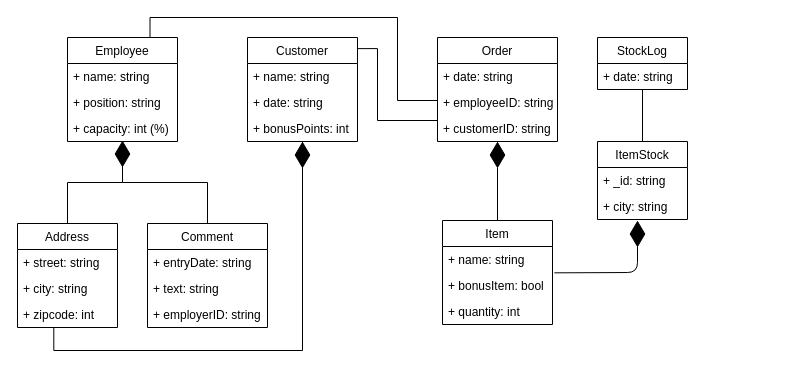
Before: NoSQL_UML_Diagram.drawio in capperstrnd/DA352A_Project, a draw.io diagram. Source tidied: cells renumbered, new cells numbered last; positions are measured from the earlier drawing's top-left corner, leaving out a move shared by most shapes. Both pictures are drawn from the tidied source at 100%, with x=0, y=0 at pixel (17, 17).
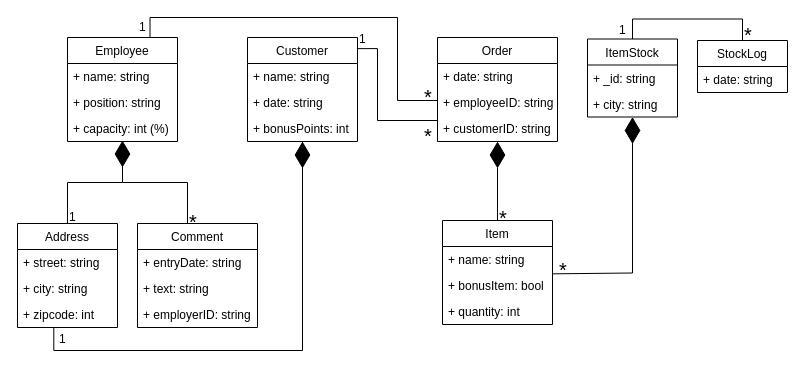
The same page after the edit.

Unchanged cells that the change refers to:
```xml
<mxCell id="4" value="Employee" style="swimlane;fontStyle=0;horizontal=1;startSize=26;fillColor=none;" parent="1" vertex="1">
  <mxGeometry x="50" y="20" width="110" height="104" as="geometry" />
</mxCell>
<mxCell id="15" value="Order" style="swimlane;fontStyle=0;horizontal=1;startSize=26;fillColor=none;" parent="1" vertex="1">
  <mxGeometry x="420" y="20" width="120" height="104" as="geometry" />
</mxCell>
<mxCell id="21" value="+ bonusItem: bool" style="text;strokeColor=none;fillColor=none;align=left;verticalAlign=top;spacingLeft=4;spacingRight=4;overflow=hidden;points=[[0,0.5],[1,0.5]];portConstraint=eastwest;" parent="19" vertex="1">
  <mxGeometry y="52" width="110" height="26" as="geometry" />
</mxCell>
```

What changed in the source:
```diff
@@
     <mxCell id="3" style="edgeStyle=orthogonalEdgeStyle;rounded=0;jumpStyle=none;jettySize=auto;html=1;entryX=0.5;entryY=0;entryDx=0;entryDy=0;endArrow=none;endFill=0;strokeColor=#000000;" parent="1" edge="1" source="4" target="23">
-      <mxGeometry relative="1" as="geometry" />
+      <mxGeometry relative="1" as="geometry">
+        <Array as="points">
+          <mxPoint x="105" y="165" />
+          <mxPoint x="170" y="165" />
+          <mxPoint x="170" y="206" />
+        </Array>
+      </mxGeometry>
     </mxCell>
@@
-    <mxCell id="14" style="edgeStyle=orthogonalEdgeStyle;rounded=0;jumpStyle=none;jettySize=auto;html=1;entryX=0.75;entryY=0;entryDx=0;entryDy=0;endArrow=none;endFill=0;strokeColor=#000000;" parent="1" edge="1" source="15" target="4">
+    <mxCell id="14" style="edgeStyle=orthogonalEdgeStyle;jumpStyle=none;jettySize=auto;html=1;entryX=0.75;entryY=0;entryDx=0;entryDy=0;endArrow=none;endFill=0;strokeColor=#000000;rounded=0;" parent="1" edge="1" source="15" target="4">
       <mxGeometry relative="1" as="geometry">
         <Array as="points">
           <mxPoint x="380" y="83" />
           <mxPoint x="380" />
           <mxPoint x="132" />
         </Array>
       </mxGeometry>
     </mxCell>
@@
     <mxCell id="23" value="Comment" style="swimlane;fontStyle=0;horizontal=1;startSize=26;fillColor=none;" parent="1" vertex="1">
-      <mxGeometry x="130" y="206" width="120" height="104" as="geometry" />
+      <mxGeometry x="120" y="206" width="120" height="104" as="geometry" />
     </mxCell>
@@
     <mxCell id="34" value="StockLog" style="swimlane;fontStyle=0;horizontal=1;startSize=26;fillColor=none;" parent="1" vertex="1">
-      <mxGeometry x="580" y="20" width="90" height="52" as="geometry" />
+      <mxGeometry x="680" y="23" width="90" height="52" as="geometry" />
     </mxCell>
@@
-    <mxCell id="36" style="edgeStyle=orthogonalEdgeStyle;rounded=0;jumpStyle=none;jettySize=auto;html=1;endArrow=none;endFill=0;strokeColor=#000000;" parent="1" edge="1" source="37" target="34">
-      <mxGeometry relative="1" as="geometry" />
+    <mxCell id="36" style="edgeStyle=orthogonalEdgeStyle;rounded=0;jumpStyle=none;jettySize=auto;html=1;endArrow=none;endFill=0;strokeColor=#000000;entryX=0.5;entryY=0;entryDx=0;entryDy=0;" parent="1" edge="1" source="37" target="34">
+      <mxGeometry relative="1" as="geometry">
+        <Array as="points">
+          <mxPoint x="615" y="1.5" />
+          <mxPoint x="725" y="1.5" />
+        </Array>
+      </mxGeometry>
     </mxCell>
     <mxCell id="37" value="ItemStock" style="swimlane;fontStyle=0;horizontal=1;startSize=26;fillColor=none;" parent="1" vertex="1">
-      <mxGeometry x="580" y="124" width="90" height="78" as="geometry" />
+      <mxGeometry x="570" y="21.5" width="90" height="78" as="geometry" />
     </mxCell>
@@
-    <mxCell id="40" style="endArrow=diamondThin;endFill=1;endSize=24;html=1;strokeColor=#000000;exitX=1.017;exitY=0.013;exitDx=0;exitDy=0;exitPerimeter=0;" parent="1" edge="1" source="21">
+    <mxCell id="40" style="endArrow=diamondThin;endFill=1;endSize=24;html=1;strokeColor=#000000;entryX=0.5;entryY=1;entryDx=0;entryDy=0;rounded=0;exitX=0.997;exitY=0.051;exitDx=0;exitDy=0;exitPerimeter=0;" parent="1" edge="1" source="21" target="37">
       <mxGeometry relative="1" as="geometry">
-        <mxPoint x="620" y="203" as="targetPoint" />
         <Array as="points">
-          <mxPoint x="620" y="255" />
+          <mxPoint x="615" y="255.5" />
+          <mxPoint x="615" y="151.5" />
         </Array>
       </mxGeometry>
     </mxCell>
+    <mxCell id="41" value="&lt;div align=&quot;justify&quot;&gt;1&lt;/div&gt;" style="text;html=1;align=left;verticalAlign=top;spacingTop=-4;" parent="1" vertex="1">
+      <mxGeometry x="120" width="20" height="20" as="geometry" />
+    </mxCell>
+    <mxCell id="42" value="&lt;font style=&quot;font-size: 20px&quot;&gt;*&lt;/font&gt;" style="text;html=1;align=left;verticalAlign=top;spacingTop=-4;" parent="1" vertex="1">
+      <mxGeometry x="405" y="65" width="20" height="20" as="geometry" />
+    </mxCell>
+    <mxCell id="43" value="&lt;font style=&quot;font-size: 20px&quot;&gt;*&lt;/font&gt;" style="text;html=1;align=left;verticalAlign=top;spacingTop=-4;" parent="1" vertex="1">
+      <mxGeometry x="405" y="104" width="20" height="20" as="geometry" />
+    </mxCell>
+    <mxCell id="44" value="&lt;div align=&quot;justify&quot;&gt;1&lt;/div&gt;" style="text;html=1;align=left;verticalAlign=top;spacingTop=-4;" parent="1" vertex="1">
+      <mxGeometry x="340" y="11.5" width="20" height="20" as="geometry" />
+    </mxCell>
+    <mxCell id="45" value="&lt;font style=&quot;font-size: 20px&quot;&gt;*&lt;/font&gt;" style="text;html=1;align=left;verticalAlign=top;spacingTop=-4;" parent="1" vertex="1">
+      <mxGeometry x="480" y="186" width="20" height="20" as="geometry" />
+    </mxCell>
+    <mxCell id="46" value="&lt;font style=&quot;font-size: 20px&quot;&gt;*&lt;/font&gt;" style="text;html=1;align=left;verticalAlign=top;spacingTop=-4;" parent="1" vertex="1">
+      <mxGeometry x="170" y="189.5" width="20" height="20" as="geometry" />
+    </mxCell>
+    <mxCell id="47" value="&lt;div align=&quot;justify&quot;&gt;1&lt;/div&gt;" style="text;html=1;align=left;verticalAlign=top;spacingTop=-4;" parent="1" vertex="1">
+      <mxGeometry x="50" y="189.5" width="20" height="20" as="geometry" />
+    </mxCell>
+    <mxCell id="48" value="&lt;div align=&quot;justify&quot;&gt;1&lt;/div&gt;" style="text;html=1;align=left;verticalAlign=top;spacingTop=-4;" parent="1" vertex="1">
+      <mxGeometry x="40" y="311.5" width="20" height="20" as="geometry" />
+    </mxCell>
+    <mxCell id="49" value="&lt;font style=&quot;font-size: 20px&quot;&gt;*&lt;/font&gt;" style="text;html=1;align=left;verticalAlign=top;spacingTop=-4;" parent="1" vertex="1">
+      <mxGeometry x="540" y="238" width="20" height="20" as="geometry" />
+    </mxCell>
+    <mxCell id="50" value="&lt;div align=&quot;justify&quot;&gt;1&lt;/div&gt;" style="text;html=1;align=left;verticalAlign=top;spacingTop=-4;" parent="1" vertex="1">
+      <mxGeometry x="600" y="3" width="20" height="20" as="geometry" />
+    </mxCell>
+    <mxCell id="51" value="&lt;font style=&quot;font-size: 20px&quot;&gt;*&lt;/font&gt;" style="text;html=1;align=left;verticalAlign=top;spacingTop=-4;" parent="1" vertex="1">
+      <mxGeometry x="725" y="3" width="20" height="20" as="geometry" />
+    </mxCell>
```
